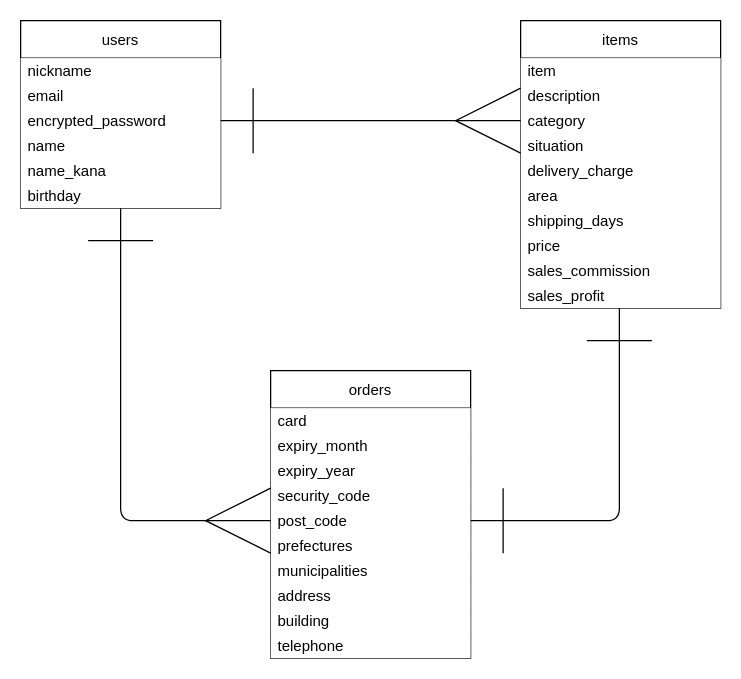
Ryotak41/furima-37084 keeps this draw.io diagram as ER .dio. Above is the earlier version. Source tidied: cells renumbered, new cells numbered last; positions are measured from the earlier drawing's top-left corner, leaving out a move shared by most shapes. Both pictures are drawn from the tidied source at 125%, with x=0, y=0 at pixel (20, 20).
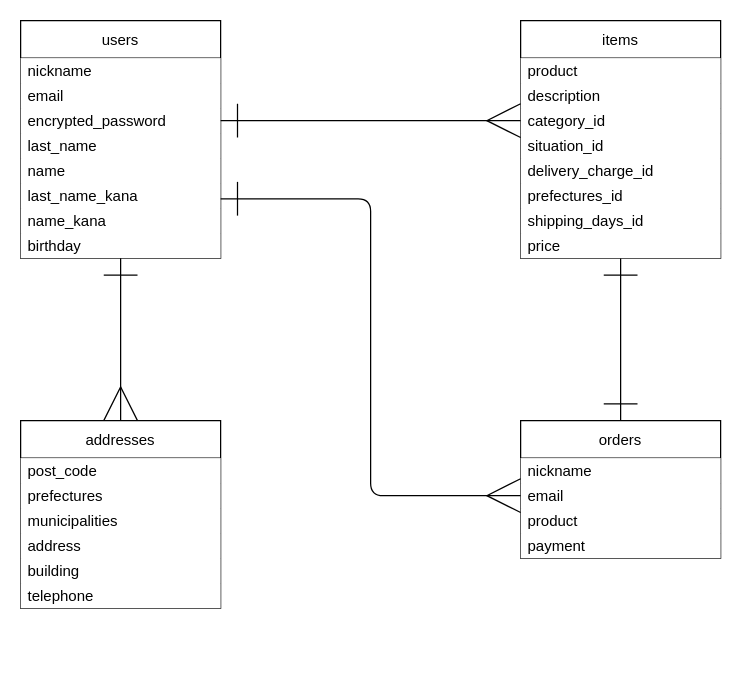
The same diagram, later.

Commit message (it also covers changes not shown here):
データベース設計 ER図 修正①

What changed in the source:
```diff
@@
     <mxCell id="2" value="users" style="swimlane;fontStyle=0;horizontal=1;startSize=30;labelBorderColor=none;verticalAlign=middle;" parent="1" vertex="1">
-      <mxGeometry width="160" height="150" as="geometry" />
+      <mxGeometry width="160" height="190" as="geometry" />
     </mxCell>
@@
-    <mxCell id="6" value="name" style="text;strokeColor=none;fillColor=default;align=left;verticalAlign=middle;spacingLeft=4;spacingRight=4;overflow=hidden;labelBorderColor=none;" parent="2" vertex="1">
+    <mxCell id="6" value="last_name" style="text;strokeColor=none;fillColor=default;align=left;verticalAlign=middle;spacingLeft=4;spacingRight=4;overflow=hidden;labelBorderColor=none;" parent="2" vertex="1">
       <mxGeometry y="90" width="160" height="20" as="geometry" />
     </mxCell>
+    <mxCell id="34" value="name" style="text;strokeColor=none;fillColor=default;align=left;verticalAlign=middle;spacingLeft=4;spacingRight=4;overflow=hidden;labelBorderColor=none;" parent="2" vertex="1">
+      <mxGeometry y="110" width="160" height="20" as="geometry" />
+    </mxCell>
+    <mxCell id="35" value="last_name_kana" style="text;strokeColor=none;fillColor=default;align=left;verticalAlign=middle;spacingLeft=4;spacingRight=4;overflow=hidden;labelBorderColor=none;" parent="2" vertex="1">
+      <mxGeometry y="130" width="160" height="20" as="geometry" />
+    </mxCell>
     <mxCell id="7" value="name_kana" style="text;strokeColor=none;fillColor=default;align=left;verticalAlign=middle;spacingLeft=4;spacingRight=4;overflow=hidden;labelBorderColor=none;" parent="2" vertex="1">
-      <mxGeometry y="110" width="160" height="20" as="geometry" />
+      <mxGeometry y="150" width="160" height="20" as="geometry" />
     </mxCell>
     <mxCell id="8" value="birthday" style="text;strokeColor=none;fillColor=default;align=left;verticalAlign=middle;spacingLeft=4;spacingRight=4;overflow=hidden;labelBorderColor=none;" parent="2" vertex="1">
-      <mxGeometry y="130" width="160" height="20" as="geometry" />
+      <mxGeometry y="170" width="160" height="20" as="geometry" />
     </mxCell>
+    <mxCell id="36" style="edgeStyle=none;html=1;exitX=0.5;exitY=1;exitDx=0;exitDy=0;entryX=0.5;entryY=0;entryDx=0;entryDy=0;endArrow=ERone;endFill=0;startArrow=ERone;startFill=0;endSize=25;startSize=25;" parent="1" edge="1" source="9" target="20">
+      <mxGeometry relative="1" as="geometry" />
+    </mxCell>
     <mxCell id="9" value="items" style="swimlane;fontStyle=0;horizontal=1;startSize=30;labelBorderColor=none;verticalAlign=middle;" parent="1" vertex="1">
-      <mxGeometry x="400" width="160" height="230" as="geometry" />
+      <mxGeometry x="400" width="160" height="190" as="geometry" />
     </mxCell>
-    <mxCell id="10" value="item" style="text;strokeColor=none;fillColor=default;align=left;verticalAlign=middle;spacingLeft=4;spacingRight=4;overflow=hidden;labelBorderColor=none;" parent="9" vertex="1">
+    <mxCell id="10" value="product" style="text;strokeColor=none;fillColor=default;align=left;verticalAlign=middle;spacingLeft=4;spacingRight=4;overflow=hidden;labelBorderColor=none;" parent="9" vertex="1">
       <mxGeometry y="30" width="160" height="20" as="geometry" />
     </mxCell>
@@
-    <mxCell id="12" value="category" style="text;strokeColor=none;fillColor=default;align=left;verticalAlign=middle;spacingLeft=4;spacingRight=4;overflow=hidden;points=[[0,0.5],[1,0.5]];portConstraint=eastwest;labelBorderColor=none;" parent="9" vertex="1">
+    <mxCell id="12" value="category_id" style="text;strokeColor=none;fillColor=default;align=left;verticalAlign=middle;spacingLeft=4;spacingRight=4;overflow=hidden;points=[[0,0.5],[1,0.5]];portConstraint=eastwest;labelBorderColor=none;" parent="9" vertex="1">
       <mxGeometry y="70" width="160" height="20" as="geometry" />
     </mxCell>
-    <mxCell id="13" value="situation" style="text;strokeColor=none;fillColor=default;align=left;verticalAlign=middle;spacingLeft=4;spacingRight=4;overflow=hidden;labelBorderColor=none;" parent="9" vertex="1">
+    <mxCell id="13" value="situation_id" style="text;strokeColor=none;fillColor=default;align=left;verticalAlign=middle;spacingLeft=4;spacingRight=4;overflow=hidden;labelBorderColor=none;" parent="9" vertex="1">
       <mxGeometry y="90" width="160" height="20" as="geometry" />
     </mxCell>
-    <mxCell id="14" value="delivery_charge" style="text;strokeColor=none;fillColor=default;align=left;verticalAlign=middle;spacingLeft=4;spacingRight=4;overflow=hidden;labelBorderColor=none;" parent="9" vertex="1">
+    <mxCell id="14" value="delivery_charge_id" style="text;strokeColor=none;fillColor=default;align=left;verticalAlign=middle;spacingLeft=4;spacingRight=4;overflow=hidden;labelBorderColor=none;" parent="9" vertex="1">
       <mxGeometry y="110" width="160" height="20" as="geometry" />
     </mxCell>
-    <mxCell id="15" value="area" style="text;strokeColor=none;fillColor=default;align=left;verticalAlign=middle;spacingLeft=4;spacingRight=4;overflow=hidden;labelBorderColor=none;" parent="9" vertex="1">
+    <mxCell id="15" value="prefectures_id" style="text;strokeColor=none;fillColor=default;align=left;verticalAlign=middle;spacingLeft=4;spacingRight=4;overflow=hidden;labelBorderColor=none;" parent="9" vertex="1">
       <mxGeometry y="130" width="160" height="20" as="geometry" />
     </mxCell>
-    <mxCell id="16" value="shipping_days" style="text;strokeColor=none;fillColor=default;align=left;verticalAlign=middle;spacingLeft=4;spacingRight=4;overflow=hidden;labelBorderColor=none;" parent="9" vertex="1">
+    <mxCell id="16" value="shipping_days_id" style="text;strokeColor=none;fillColor=default;align=left;verticalAlign=middle;spacingLeft=4;spacingRight=4;overflow=hidden;labelBorderColor=none;" parent="9" vertex="1">
       <mxGeometry y="150" width="160" height="20" as="geometry" />
     </mxCell>
@@
-    <mxCell id="18" value="sales_commission" style="text;strokeColor=none;fillColor=default;align=left;verticalAlign=middle;spacingLeft=4;spacingRight=4;overflow=hidden;labelBorderColor=none;" parent="9" vertex="1">
-      <mxGeometry y="190" width="160" height="20" as="geometry" />
-    </mxCell>
-    <mxCell id="19" value="sales_profit" style="text;strokeColor=none;fillColor=default;align=left;verticalAlign=middle;spacingLeft=4;spacingRight=4;overflow=hidden;labelBorderColor=none;" parent="9" vertex="1">
-      <mxGeometry y="210" width="160" height="20" as="geometry" />
-    </mxCell>
     <mxCell id="20" value="orders" style="swimlane;fontStyle=0;horizontal=1;startSize=30;labelBorderColor=none;verticalAlign=middle;" parent="1" vertex="1">
-      <mxGeometry x="200" y="280" width="160" height="230" as="geometry" />
+      <mxGeometry x="400" y="320" width="160" height="110" as="geometry" />
     </mxCell>
-    <mxCell id="21" value="card" style="text;strokeColor=none;fillColor=default;align=left;verticalAlign=middle;spacingLeft=4;spacingRight=4;overflow=hidden;labelBorderColor=none;" parent="20" vertex="1">
-      <mxGeometry y="30" width="160" height="20" as="geometry" />
-    </mxCell>
-    <mxCell id="22" value="expiry_month" style="text;strokeColor=none;fillColor=default;align=left;verticalAlign=middle;spacingLeft=4;spacingRight=4;overflow=hidden;labelBorderColor=none;rounded=0;" parent="20" vertex="1">
-      <mxGeometry y="50" width="160" height="20" as="geometry" />
-    </mxCell>
-    <mxCell id="23" value="expiry_year" style="text;strokeColor=none;fillColor=default;align=left;verticalAlign=middle;spacingLeft=4;spacingRight=4;overflow=hidden;labelBorderColor=none;" parent="20" vertex="1">
-      <mxGeometry y="70" width="160" height="20" as="geometry" />
-    </mxCell>
-    <mxCell id="24" value="security_code" style="text;strokeColor=none;fillColor=default;align=left;verticalAlign=middle;spacingLeft=4;spacingRight=4;overflow=hidden;labelBorderColor=none;" parent="20" vertex="1">
-      <mxGeometry y="90" width="160" height="20" as="geometry" />
-    </mxCell>
-    <mxCell id="25" value="post_code" style="text;strokeColor=none;fillColor=default;align=left;verticalAlign=middle;spacingLeft=4;spacingRight=4;overflow=hidden;points=[[0,0.5],[1,0.5]];portConstraint=eastwest;labelBorderColor=none;" parent="20" vertex="1">
-      <mxGeometry y="110" width="160" height="20" as="geometry" />
-    </mxCell>
-    <mxCell id="26" value="prefectures" style="text;strokeColor=none;fillColor=default;align=left;verticalAlign=middle;spacingLeft=4;spacingRight=4;overflow=hidden;labelBorderColor=none;" parent="20" vertex="1">
-      <mxGeometry y="130" width="160" height="20" as="geometry" />
+    <mxCell id="26" value="nickname" style="text;strokeColor=none;fillColor=default;align=left;verticalAlign=middle;spacingLeft=4;spacingRight=4;overflow=hidden;labelBorderColor=none;" parent="20" vertex="1">
+      <mxGeometry y="30" width="160" height="20" as="geometry" />
     </mxCell>
-    <mxCell id="27" value="municipalities" style="text;strokeColor=none;fillColor=default;align=left;verticalAlign=middle;spacingLeft=4;spacingRight=4;overflow=hidden;points=[[0,0.5],[1,0.5]];portConstraint=eastwest;labelBorderColor=none;" parent="20" vertex="1">
-      <mxGeometry y="150" width="160" height="20" as="geometry" />
+    <mxCell id="27" value="email" style="text;strokeColor=none;fillColor=default;align=left;verticalAlign=middle;spacingLeft=4;spacingRight=4;overflow=hidden;points=[[0,0.5],[1,0.5]];portConstraint=eastwest;labelBorderColor=none;" parent="20" vertex="1">
+      <mxGeometry y="50" width="160" height="20" as="geometry" />
     </mxCell>
-    <mxCell id="28" value="address" style="text;strokeColor=none;fillColor=default;align=left;verticalAlign=middle;spacingLeft=4;spacingRight=4;overflow=hidden;labelBorderColor=none;" parent="20" vertex="1">
-      <mxGeometry y="170" width="160" height="20" as="geometry" />
+    <mxCell id="28" value="product" style="text;strokeColor=none;fillColor=default;align=left;verticalAlign=middle;spacingLeft=4;spacingRight=4;overflow=hidden;labelBorderColor=none;" parent="20" vertex="1">
+      <mxGeometry y="70" width="160" height="20" as="geometry" />
     </mxCell>
+    <mxCell id="37" value="payment" style="text;strokeColor=none;fillColor=default;align=left;verticalAlign=middle;spacingLeft=4;spacingRight=4;overflow=hidden;labelBorderColor=none;" parent="20" vertex="1">
+      <mxGeometry y="90" width="160" height="20" as="geometry" />
+    </mxCell>
+    <mxCell id="31" style="endArrow=ERmany;html=1;rounded=0;entryX=0;entryY=0.5;entryDx=0;entryDy=0;endFill=0;endSize=25;startSize=25;strokeColor=default;strokeWidth=1;startArrow=ERone;startFill=0;" parent="1" edge="1" target="12">
+      <mxGeometry relative="1" as="geometry">
+        <mxPoint x="160" y="80" as="sourcePoint" />
+      </mxGeometry>
+    </mxCell>
+    <mxCell id="38" value="addresses" style="swimlane;fontStyle=0;horizontal=1;startSize=30;labelBorderColor=none;verticalAlign=middle;" parent="1" vertex="1">
+      <mxGeometry y="320" width="160" height="150" as="geometry" />
+    </mxCell>
+    <mxCell id="25" value="post_code" style="text;strokeColor=none;fillColor=default;align=left;verticalAlign=middle;spacingLeft=4;spacingRight=4;overflow=hidden;points=[[0,0.5],[1,0.5]];portConstraint=eastwest;labelBorderColor=none;" parent="38" vertex="1">
+      <mxGeometry y="30" width="160" height="20" as="geometry" />
+    </mxCell>
+    <mxCell id="39" value="prefectures" style="text;strokeColor=none;fillColor=default;align=left;verticalAlign=middle;spacingLeft=4;spacingRight=4;overflow=hidden;labelBorderColor=none;" parent="38" vertex="1">
+      <mxGeometry y="50" width="160" height="20" as="geometry" />
+    </mxCell>
+    <mxCell id="40" value="municipalities" style="text;strokeColor=none;fillColor=default;align=left;verticalAlign=middle;spacingLeft=4;spacingRight=4;overflow=hidden;labelBorderColor=none;" parent="38" vertex="1">
+      <mxGeometry y="70" width="160" height="20" as="geometry" />
+    </mxCell>
+    <mxCell id="41" value="address" style="text;strokeColor=none;fillColor=default;align=left;verticalAlign=middle;spacingLeft=4;spacingRight=4;overflow=hidden;labelBorderColor=none;" parent="38" vertex="1">
+      <mxGeometry y="90" width="160" height="20" as="geometry" />
+    </mxCell>
-    <mxCell id="29" value="building" style="text;strokeColor=none;fillColor=default;align=left;verticalAlign=middle;spacingLeft=4;spacingRight=4;overflow=hidden;labelBorderColor=none;" parent="20" vertex="1">
-      <mxGeometry y="190" width="160" height="20" as="geometry" />
+    <mxCell id="29" value="building" style="text;strokeColor=none;fillColor=default;align=left;verticalAlign=middle;spacingLeft=4;spacingRight=4;overflow=hidden;labelBorderColor=none;" parent="38" vertex="1">
+      <mxGeometry y="110" width="160" height="20" as="geometry" />
     </mxCell>
-    <mxCell id="30" value="telephone" style="text;strokeColor=none;fillColor=default;align=left;verticalAlign=middle;spacingLeft=4;spacingRight=4;overflow=hidden;labelBorderColor=none;" parent="20" vertex="1">
-      <mxGeometry y="210" width="160" height="20" as="geometry" />
+    <mxCell id="30" value="telephone" style="text;strokeColor=none;fillColor=default;align=left;verticalAlign=middle;spacingLeft=4;spacingRight=4;overflow=hidden;labelBorderColor=none;" parent="38" vertex="1">
+      <mxGeometry y="130" width="160" height="20" as="geometry" />
     </mxCell>
-    <mxCell id="31" style="endArrow=ERmany;html=1;rounded=0;entryX=0;entryY=0.5;entryDx=0;entryDy=0;endFill=0;endSize=50;startSize=50;strokeColor=default;strokeWidth=1;startArrow=ERone;startFill=0;" parent="1" edge="1" target="12">
-      <mxGeometry relative="1" as="geometry">
-        <mxPoint x="160" y="80" as="sourcePoint" />
-      </mxGeometry>
-    </mxCell>
-    <mxCell id="32" style="edgeStyle=segmentEdgeStyle;endArrow=ERone;html=1;startSize=50;endSize=50;strokeColor=default;strokeWidth=1;endFill=0;startArrow=ERone;startFill=0;" parent="1" edge="1">
-      <mxGeometry relative="1" as="geometry">
-        <mxPoint x="360" y="400" as="sourcePoint" />
-        <mxPoint x="479" y="230" as="targetPoint" />
-      </mxGeometry>
-    </mxCell>
-    <mxCell id="33" style="edgeStyle=segmentEdgeStyle;endArrow=ERone;html=1;startSize=50;endSize=50;strokeColor=default;strokeWidth=1;endFill=0;startArrow=ERmany;startFill=0;exitX=0;exitY=0.5;exitDx=0;exitDy=0;" parent="1" edge="1" source="25">
-      <mxGeometry relative="1" as="geometry">
-        <mxPoint x="80" y="150" as="targetPoint" />
-      </mxGeometry>
-    </mxCell>
+    <mxCell id="42" style="endArrow=ERmany;html=1;rounded=0;entryX=0.5;entryY=0;entryDx=0;entryDy=0;endFill=0;endSize=25;startSize=25;strokeColor=default;strokeWidth=1;startArrow=ERone;startFill=0;exitX=0.5;exitY=1;exitDx=0;exitDy=0;" parent="1" edge="1" source="2" target="38">
+      <mxGeometry relative="1" as="geometry" />
+    </mxCell>
+    <mxCell id="43" style="edgeStyle=elbowEdgeStyle;elbow=horizontal;endArrow=ERmany;html=1;startSize=25;endSize=25;exitX=1;exitY=0.75;exitDx=0;exitDy=0;endFill=0;startArrow=ERone;startFill=0;entryX=0;entryY=0.5;entryDx=0;entryDy=0;" parent="1" edge="1" source="2" target="27">
+      <mxGeometry relative="1" as="geometry">
+        <Array as="points">
+          <mxPoint x="280" y="270" />
+          <mxPoint x="240" y="340" />
+          <mxPoint x="240" y="260" />
+        </Array>
+      </mxGeometry>
+    </mxCell>
```
